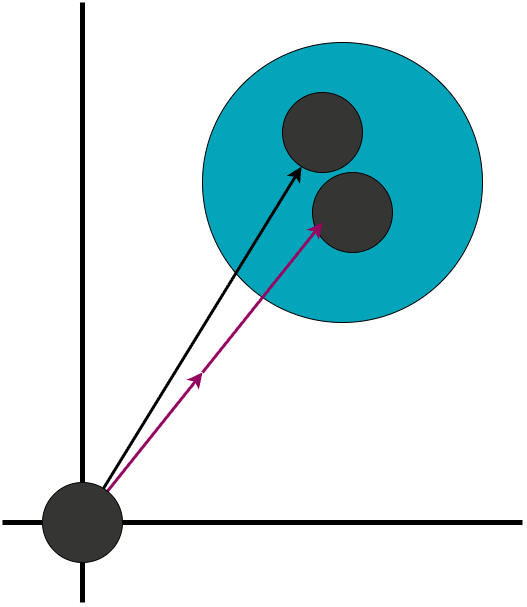
This is images/cvp.png from pittma/pqc-talk, a draw.io export, as it was before one commit. Source tidied: cells renumbered, new cells last; positions are measured from the earlier drawing's top-left corner, leaving out a move shared by most shapes. Its diagram source:
```xml
<mxGraphModel>
  <root>
    <mxCell id="0" />
    <mxCell id="1" parent="0" />
    <mxCell id="2" style="ellipse;whiteSpace=wrap;html=1;fillColor=light-dark(#04A5BB,#EDEDED);" parent="1" vertex="1">
      <mxGeometry x="200" y="40" width="280" height="280" as="geometry" />
    </mxCell>
    <mxCell id="3" style="endArrow=none;html=1;rounded=0;strokeWidth=5;" parent="1" edge="1">
      <mxGeometry relative="1" as="geometry">
        <mxPoint x="80" y="600" as="sourcePoint" />
        <mxPoint x="80" as="targetPoint" />
      </mxGeometry>
    </mxCell>
    <mxCell id="4" style="ellipse;whiteSpace=wrap;html=1;fillColor=#353534;" parent="1" vertex="1">
      <mxGeometry x="280" y="90" width="80" height="80" as="geometry" />
    </mxCell>
    <mxCell id="5" style="ellipse;whiteSpace=wrap;html=1;fillColor=#353534;" parent="1" vertex="1">
      <mxGeometry x="310" y="170" width="80" height="80" as="geometry" />
    </mxCell>
    <mxCell id="6" style="endArrow=none;html=1;rounded=0;strokeWidth=5;" parent="1" edge="1">
      <mxGeometry relative="1" as="geometry">
        <mxPoint x="520" y="520" as="sourcePoint" />
        <mxPoint y="520" as="targetPoint" />
      </mxGeometry>
    </mxCell>
    <mxCell id="7" style="rounded=0;jettySize=auto;html=1;strokeWidth=3;" parent="1" edge="1" target="4">
      <mxGeometry relative="1" as="geometry">
        <mxPoint x="80" y="520" as="sourcePoint" />
      </mxGeometry>
    </mxCell>
    <mxCell id="8" style="rounded=0;jettySize=auto;html=1;exitX=0.5;exitY=0.5;exitDx=0;exitDy=0;exitPerimeter=0;strokeWidth=3;strokeColor=#950461;" parent="1" edge="1" source="9">
      <mxGeometry relative="1" as="geometry">
        <mxPoint x="200" y="370" as="targetPoint" />
      </mxGeometry>
    </mxCell>
    <mxCell id="9" style="ellipse;whiteSpace=wrap;html=1;fillColor=#353534;" parent="1" vertex="1">
      <mxGeometry x="40" y="480" width="80" height="80" as="geometry" />
    </mxCell>
    <mxCell id="10" style="rounded=0;orthogonalLoop=1;jettySize=auto;html=1;exitX=0.5;exitY=0.5;exitDx=0;exitDy=0;exitPerimeter=0;strokeWidth=3;strokeColor=#950461;" parent="1" edge="1">
      <mxGeometry relative="1" as="geometry">
        <mxPoint x="200" y="370" as="sourcePoint" />
        <mxPoint x="320" y="220" as="targetPoint" />
      </mxGeometry>
    </mxCell>
  </root>
</mxGraphModel>
```
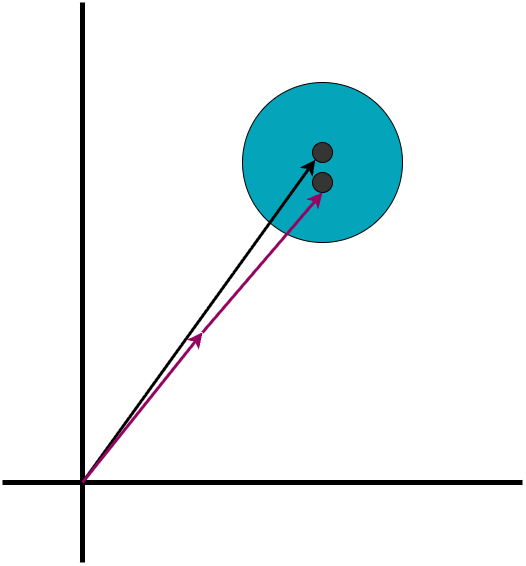
Above is the later version.

What changed in the source:
```diff
@@ -3,44 +3,41 @@
     <mxCell id="0" />
     <mxCell id="1" parent="0" />
     <mxCell id="2" style="ellipse;whiteSpace=wrap;html=1;fillColor=light-dark(#04A5BB,#EDEDED);" parent="1" vertex="1">
-      <mxGeometry x="200" y="40" width="280" height="280" as="geometry" />
+      <mxGeometry x="200" y="40" width="160" height="160" as="geometry" />
     </mxCell>
     <mxCell id="3" style="endArrow=none;html=1;rounded=0;strokeWidth=5;" parent="1" edge="1">
       <mxGeometry relative="1" as="geometry">
-        <mxPoint x="80" y="600" as="sourcePoint" />
-        <mxPoint x="80" as="targetPoint" />
+        <mxPoint x="40" y="520" as="sourcePoint" />
+        <mxPoint x="40" y="-40" as="targetPoint" />
       </mxGeometry>
     </mxCell>
-    <mxCell id="4" style="ellipse;whiteSpace=wrap;html=1;fillColor=#353534;" parent="1" vertex="1">
-      <mxGeometry x="280" y="90" width="80" height="80" as="geometry" />
+    <mxCell id="4" style="endArrow=none;html=1;rounded=0;strokeWidth=5;" parent="1" edge="1">
+      <mxGeometry relative="1" as="geometry">
+        <mxPoint x="480" y="440" as="sourcePoint" />
+        <mxPoint x="-40" y="440" as="targetPoint" />
+      </mxGeometry>
     </mxCell>
-    <mxCell id="5" style="ellipse;whiteSpace=wrap;html=1;fillColor=#353534;" parent="1" vertex="1">
-      <mxGeometry x="310" y="170" width="80" height="80" as="geometry" />
+    <mxCell id="5" style="rounded=0;jettySize=auto;html=1;strokeWidth=3;entryX=0;entryY=1;entryDx=0;entryDy=0;" parent="1" edge="1" target="6">
+      <mxGeometry relative="1" as="geometry">
+        <mxPoint x="40" y="440" as="sourcePoint" />
+      </mxGeometry>
     </mxCell>
-    <mxCell id="6" style="endArrow=none;html=1;rounded=0;strokeWidth=5;" parent="1" edge="1">
-      <mxGeometry relative="1" as="geometry">
-        <mxPoint x="520" y="520" as="sourcePoint" />
-        <mxPoint y="520" as="targetPoint" />
-      </mxGeometry>
+    <mxCell id="6" style="ellipse;whiteSpace=wrap;html=1;fillColor=#353534;" parent="1" vertex="1">
+      <mxGeometry x="270" y="100" width="20" height="20" as="geometry" />
     </mxCell>
-    <mxCell id="7" style="rounded=0;jettySize=auto;html=1;strokeWidth=3;" parent="1" edge="1" target="4">
-      <mxGeometry relative="1" as="geometry">
-        <mxPoint x="80" y="520" as="sourcePoint" />
-      </mxGeometry>
+    <mxCell id="7" style="ellipse;whiteSpace=wrap;html=1;fillColor=#353534;" parent="1" vertex="1">
+      <mxGeometry x="270" y="130" width="20" height="20" as="geometry" />
     </mxCell>
-    <mxCell id="8" style="rounded=0;jettySize=auto;html=1;exitX=0.5;exitY=0.5;exitDx=0;exitDy=0;exitPerimeter=0;strokeWidth=3;strokeColor=#950461;" parent="1" edge="1" source="9">
+    <mxCell id="8" style="rounded=0;orthogonalLoop=1;jettySize=auto;html=1;strokeWidth=3;strokeColor=#950461;" parent="1" edge="1">
       <mxGeometry relative="1" as="geometry">
-        <mxPoint x="200" y="370" as="targetPoint" />
+        <mxPoint x="40" y="440" as="sourcePoint" />
+        <mxPoint x="160" y="290" as="targetPoint" />
       </mxGeometry>
     </mxCell>
-    <mxCell id="9" style="ellipse;whiteSpace=wrap;html=1;fillColor=#353534;" parent="1" vertex="1">
-      <mxGeometry x="40" y="480" width="80" height="80" as="geometry" />
+    <mxCell id="9" style="rounded=0;jettySize=auto;html=1;strokeWidth=3;strokeColor=#950461;entryX=0.5;entryY=1;entryDx=0;entryDy=0;" parent="1" edge="1" target="7">
+      <mxGeometry relative="1" as="geometry">
+        <mxPoint x="160" y="290" as="sourcePoint" />
+      </mxGeometry>
     </mxCell>
-    <mxCell id="10" style="rounded=0;orthogonalLoop=1;jettySize=auto;html=1;exitX=0.5;exitY=0.5;exitDx=0;exitDy=0;exitPerimeter=0;strokeWidth=3;strokeColor=#950461;" parent="1" edge="1">
-      <mxGeometry relative="1" as="geometry">
-        <mxPoint x="200" y="370" as="sourcePoint" />
-        <mxPoint x="320" y="220" as="targetPoint" />
-      </mxGeometry>
-    </mxCell>
   </root>
 </mxGraphModel>
```
